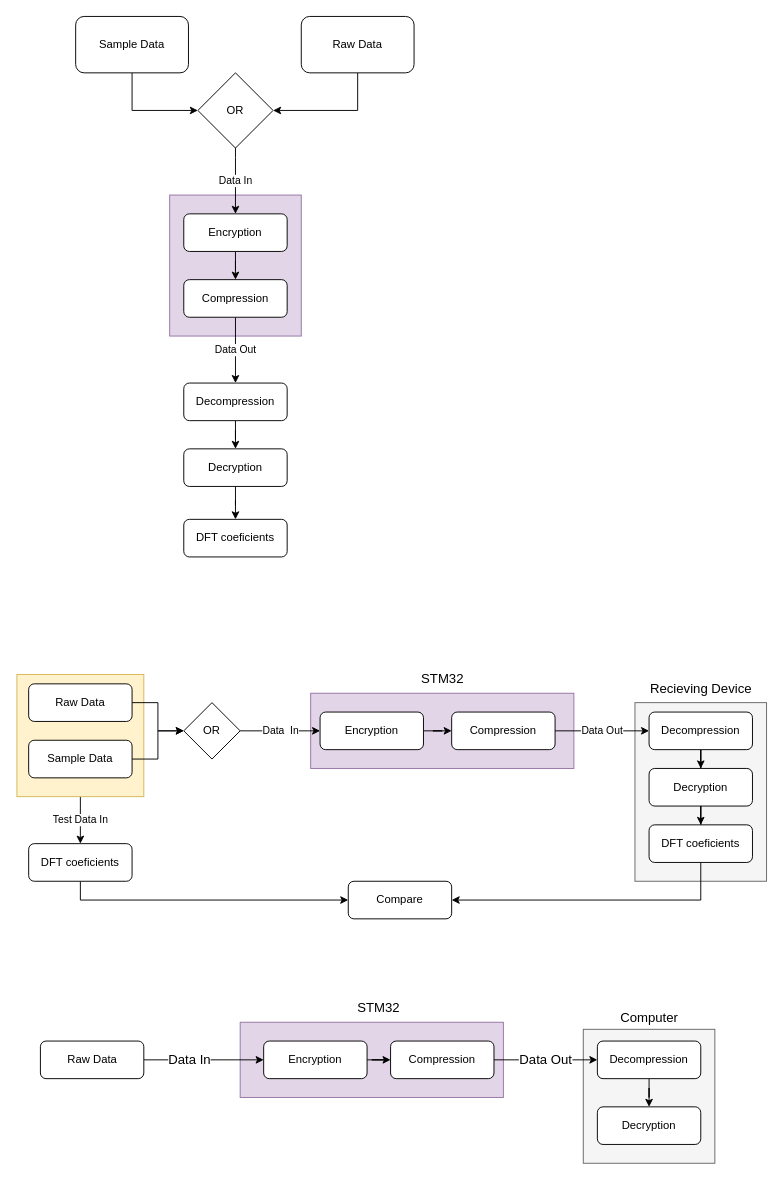
Before: Docs/Reports/3097Design.drawio in tristynferreiro/SHARC-buoy-data-transmission, a draw.io diagram. Source tidied: cells renumbered, new cells numbered last; positions are measured from the earlier drawing's top-left corner, leaving out a move shared by most shapes. Both pictures are drawn from the tidied source at 94%, with x=0, y=0 at pixel (17, 16).
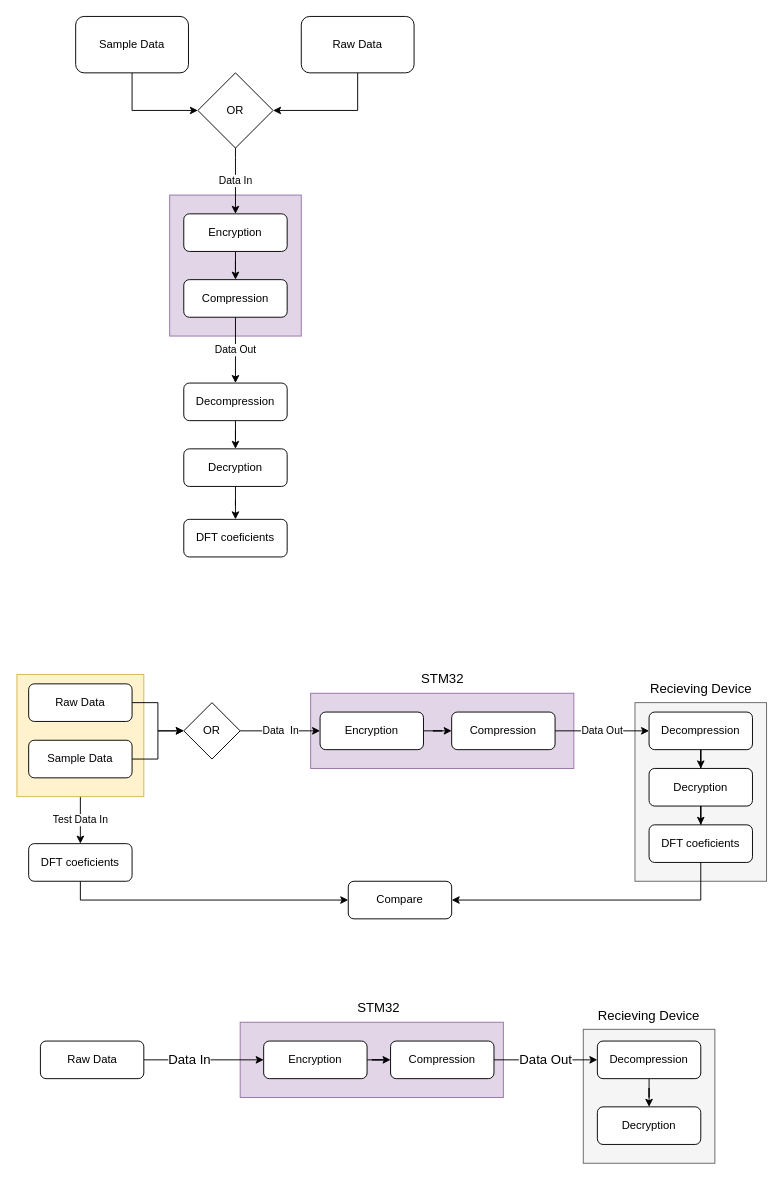
The same page after the edit.

Commit message (it also covers changes not shown here):
updated drawio for conference paper

Diff of the diagram source:
```diff
@@
-    <mxCell id="55" value="Computer" style="text;html=1;strokeColor=none;fillColor=none;align=center;verticalAlign=middle;whiteSpace=wrap;rounded=0;strokeWidth=1;fontSize=14;" parent="1" vertex="1">
-      <mxGeometry x="634.5" y="1050" width="75" height="30" as="geometry" />
-    </mxCell>
@@
+    <mxCell id="59" value="Recieving&amp;nbsp;Device" style="text;html=1;strokeColor=none;fillColor=none;align=center;verticalAlign=middle;whiteSpace=wrap;rounded=0;strokeWidth=1;fontSize=14;" parent="1" vertex="1">
+      <mxGeometry x="602" y="1047.5" width="140" height="30" as="geometry" />
+    </mxCell>
```
